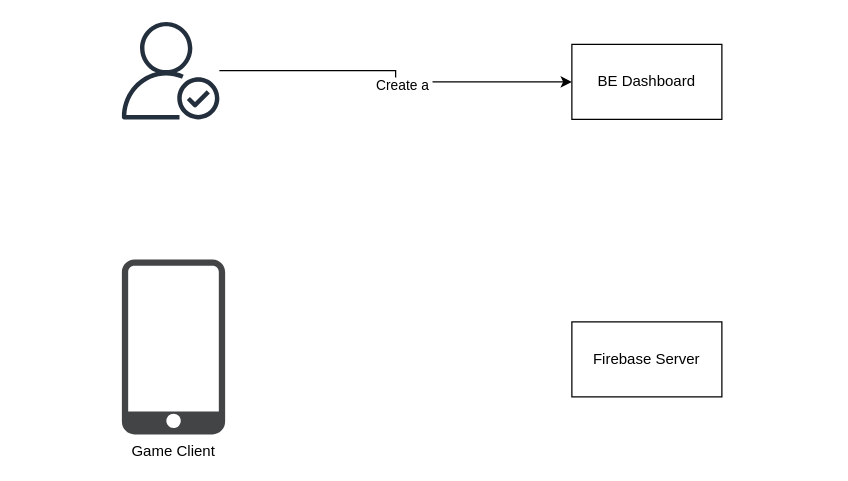
The draw.io diagram Force Update.drawio in yaohuiwu/SimpleFS, before the edit. Source tidied: cells renumbered, new cells numbered last; positions are measured from the earlier drawing's top-left corner, leaving out a move shared by most shapes. Both pictures are drawn from the tidied source at 125%, with x=0, y=0 at pixel (121, 21).
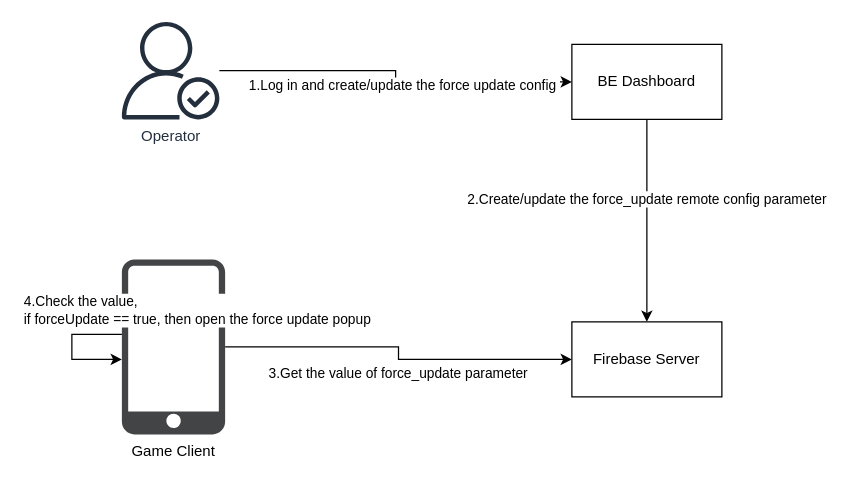
The same page after the edit.

Change to the diagram source:
```diff
@@
 <mxGraphModel>
   <root>
     <mxCell id="0" />
     <mxCell id="1" parent="0" />
+    <mxCell id="8" style="edgeStyle=orthogonalEdgeStyle;rounded=0;jettySize=auto;html=1;" parent="1" edge="1" source="2" target="3">
+      <mxGeometry relative="1" as="geometry" />
+    </mxCell>
+    <mxCell id="9" value="2.Create/update the force_update remote config parameter" style="edgeLabel;html=1;align=center;verticalAlign=middle;" parent="8" vertex="1">
+      <mxGeometry x="-0.22" y="-1" relative="1" as="geometry" />
+    </mxCell>
     <mxCell id="2" value="BE Dashboard" style="rounded=0;whiteSpace=wrap;html=1;" parent="1" vertex="1">
       <mxGeometry x="360" y="18" width="120" height="60" as="geometry" />
     </mxCell>
     <mxCell id="3" value="Firebase Server" style="rounded=0;whiteSpace=wrap;html=1;" parent="1" vertex="1">
       <mxGeometry x="360" y="240" width="120" height="60" as="geometry" />
     </mxCell>
+    <mxCell id="10" style="edgeStyle=orthogonalEdgeStyle;rounded=0;jettySize=auto;html=1;entryX=0;entryY=0.5;entryDx=0;entryDy=0;" parent="1" edge="1" source="4" target="3">
+      <mxGeometry relative="1" as="geometry" />
+    </mxCell>
+    <mxCell id="11" value="3.Get the value of force_update parameter" style="edgeLabel;html=1;align=center;verticalAlign=middle;" parent="10" vertex="1">
+      <mxGeometry x="-0.36" relative="1" as="geometry">
+        <mxPoint x="46" y="20" as="offset" />
+      </mxGeometry>
+    </mxCell>
     <mxCell id="4" value="Game Client" style="sketch=0;shadow=0;dashed=0;html=1;strokeColor=none;fillColor=#434445;labelPosition=center;verticalLabelPosition=bottom;verticalAlign=top;align=center;outlineConnect=0;shape=mxgraph.vvd.phone;" parent="1" vertex="1">
       <mxGeometry y="190" width="82.6" height="140" as="geometry" />
     </mxCell>
     <mxCell id="5" style="edgeStyle=orthogonalEdgeStyle;rounded=0;jettySize=auto;html=1;" parent="1" edge="1" source="7" target="2">
       <mxGeometry relative="1" as="geometry" />
     </mxCell>
-    <mxCell id="6" value="Create a&amp;nbsp;" style="edgeLabel;html=1;align=center;verticalAlign=middle;" parent="5" vertex="1">
+    <mxCell id="6" value="1.Log in and create/update the force update config&amp;nbsp;" style="edgeLabel;html=1;align=center;verticalAlign=middle;" parent="5" vertex="1">
       <mxGeometry x="0.07" y="-2" relative="1" as="geometry" />
     </mxCell>
-    <mxCell id="7" style="sketch=0;outlineConnect=0;fontColor=#232F3E;gradientColor=none;fillColor=#232F3D;strokeColor=none;dashed=0;verticalLabelPosition=bottom;verticalAlign=top;align=center;html=1;fontSize=12;fontStyle=0;shape=mxgraph.aws4.authenticated_user;" parent="1" vertex="1">
+    <mxCell id="7" value="Operator" style="sketch=0;outlineConnect=0;fontColor=#232F3E;gradientColor=none;fillColor=#232F3D;strokeColor=none;dashed=0;verticalLabelPosition=bottom;verticalAlign=top;align=center;html=1;fontSize=12;fontStyle=0;shape=mxgraph.aws4.authenticated_user;" parent="1" vertex="1">
       <mxGeometry width="78" height="78" as="geometry" />
     </mxCell>
+    <mxCell id="12" style="edgeStyle=orthogonalEdgeStyle;rounded=0;orthogonalLoop=1;jettySize=auto;html=1;" parent="1" edge="1" source="4" target="4">
+      <mxGeometry relative="1" as="geometry">
+        <Array as="points">
+          <mxPoint x="-40" y="250" />
+        </Array>
+      </mxGeometry>
+    </mxCell>
+    <mxCell id="13" value="4.Check the value,&amp;nbsp;&lt;div&gt;if forceUpdate == true, then open the force update popup&amp;nbsp;&lt;/div&gt;" style="edgeLabel;html=1;align=left;verticalAlign=middle;" parent="12" vertex="1">
+      <mxGeometry x="-0.64" relative="1" as="geometry">
+        <mxPoint x="-62" y="-20" as="offset" />
+      </mxGeometry>
+    </mxCell>
   </root>
 </mxGraphModel>
```
